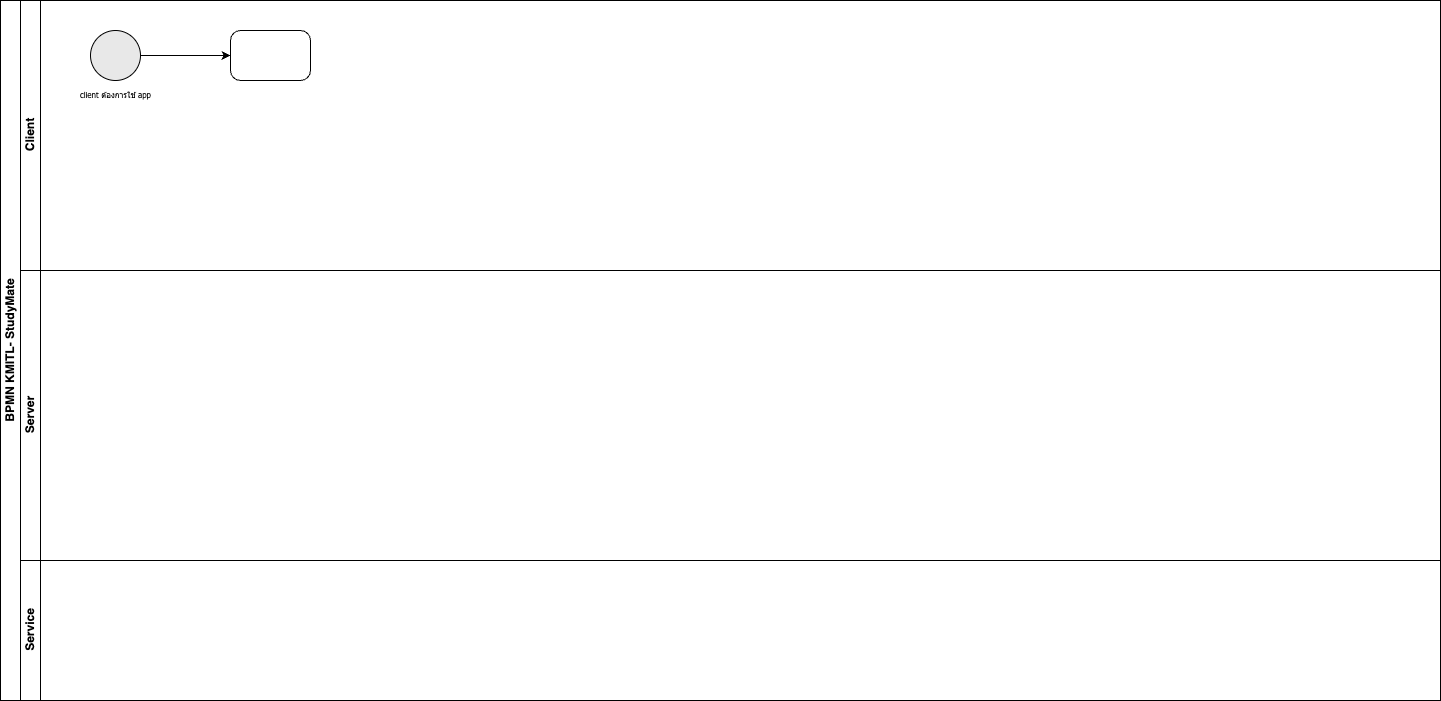
Above: BPMN.drawio.png in thanatat64/CEPP-BPMN (draw.io), before the change. Source tidied: cells renumbered, new cells last; positions are measured from the earlier drawing's top-left corner, leaving out a move shared by most shapes.
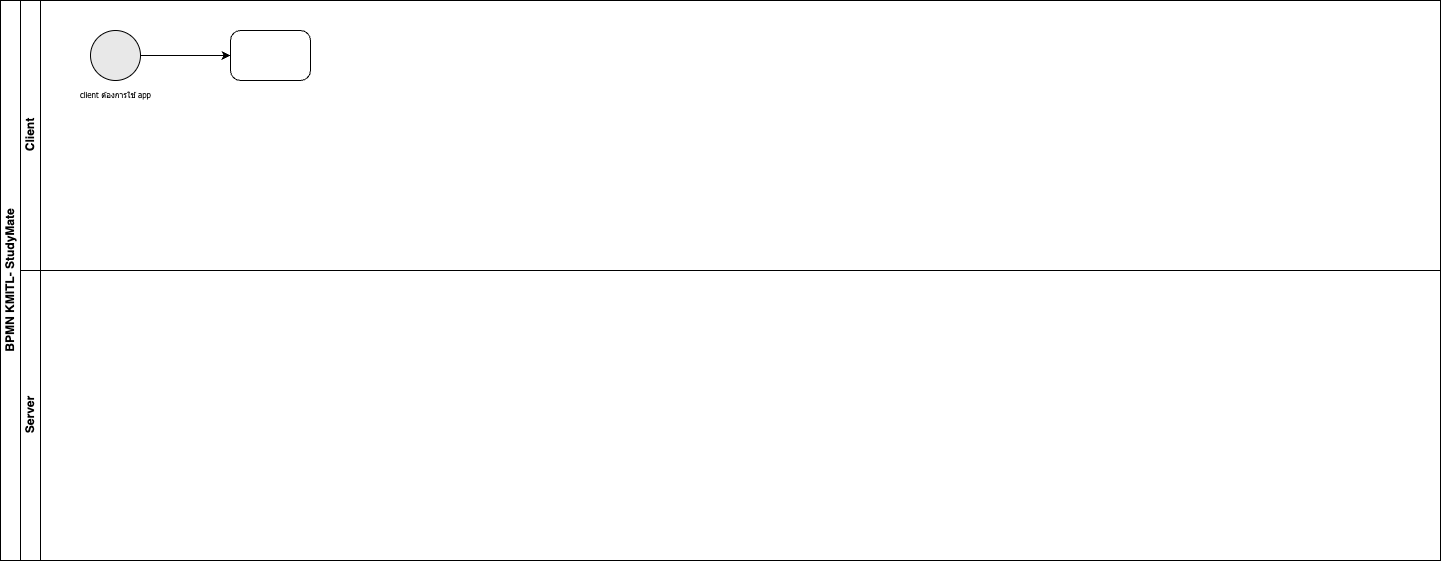
The same diagram one commit later.

What changed in the source:
```diff
@@ -3,7 +3,7 @@
     <mxCell id="0" />
     <mxCell id="1" parent="0" />
     <mxCell id="2" value="BPMN KMITL- StudyMate" style="swimlane;html=1;horizontal=0;startSize=20;whiteSpace=wrap;" parent="1" vertex="1">
-      <mxGeometry width="1440" height="700" as="geometry" />
+      <mxGeometry width="1440" height="560" as="geometry" />
     </mxCell>
     <mxCell id="3" value="Client" style="swimlane;html=1;startSize=20;horizontal=0;" parent="2" vertex="1">
       <mxGeometry x="20" width="1420" height="270" as="geometry" />
@@ -20,8 +20,5 @@
     <mxCell id="7" value="Server" style="swimlane;html=1;startSize=20;horizontal=0;" parent="2" vertex="1">
       <mxGeometry x="20" y="270" width="1420" height="290" as="geometry" />
     </mxCell>
-    <mxCell id="8" value="Service" style="swimlane;html=1;startSize=20;horizontal=0;" parent="2" vertex="1">
-      <mxGeometry x="20" y="560" width="1420" height="140" as="geometry" />
-    </mxCell>
   </root>
 </mxGraphModel>
```
